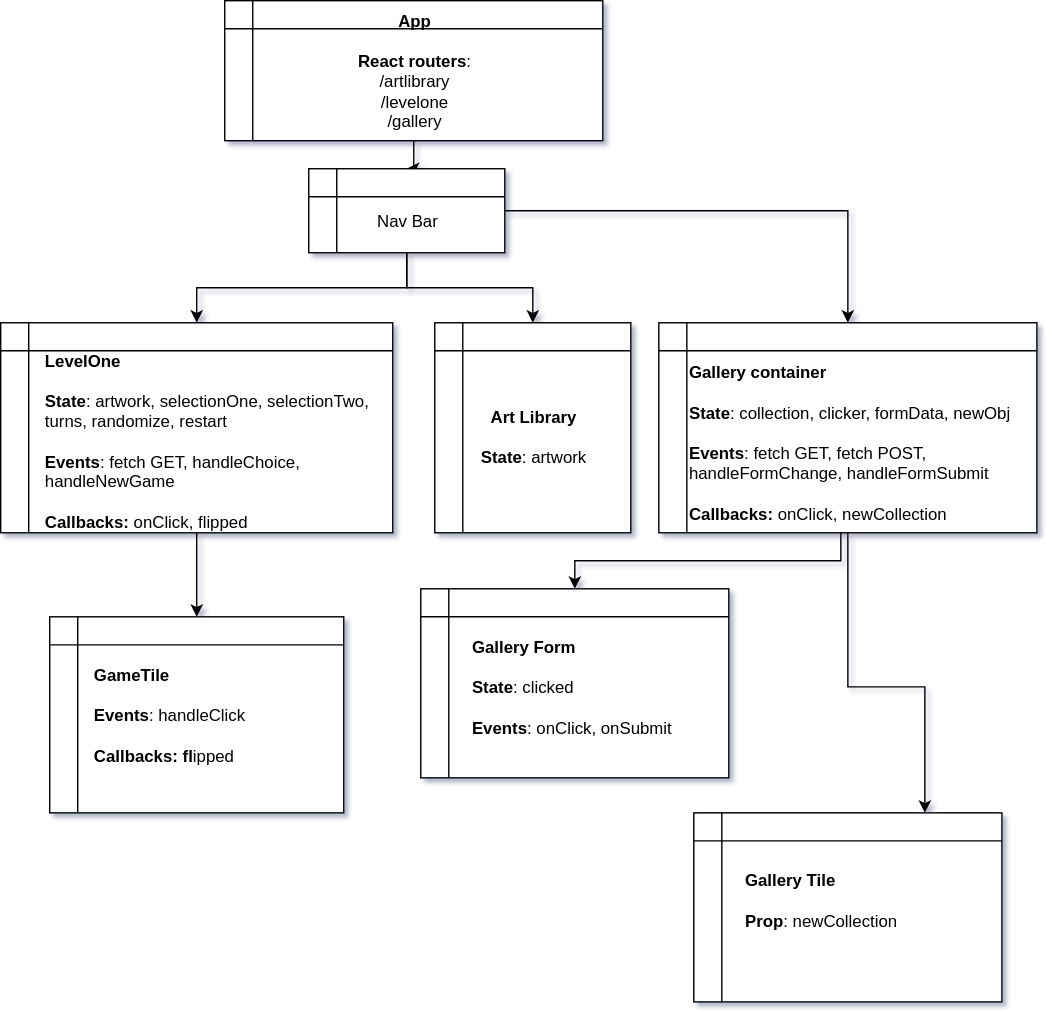
The draw.io diagram src/Component-tree.drawio.svg in MsDanaTeacher/Artwork-Memory-Game, before a commit. Source tidied: cells renumbered, new cells last; positions are measured from the earlier drawing's top-left corner, leaving out a move shared by most shapes.
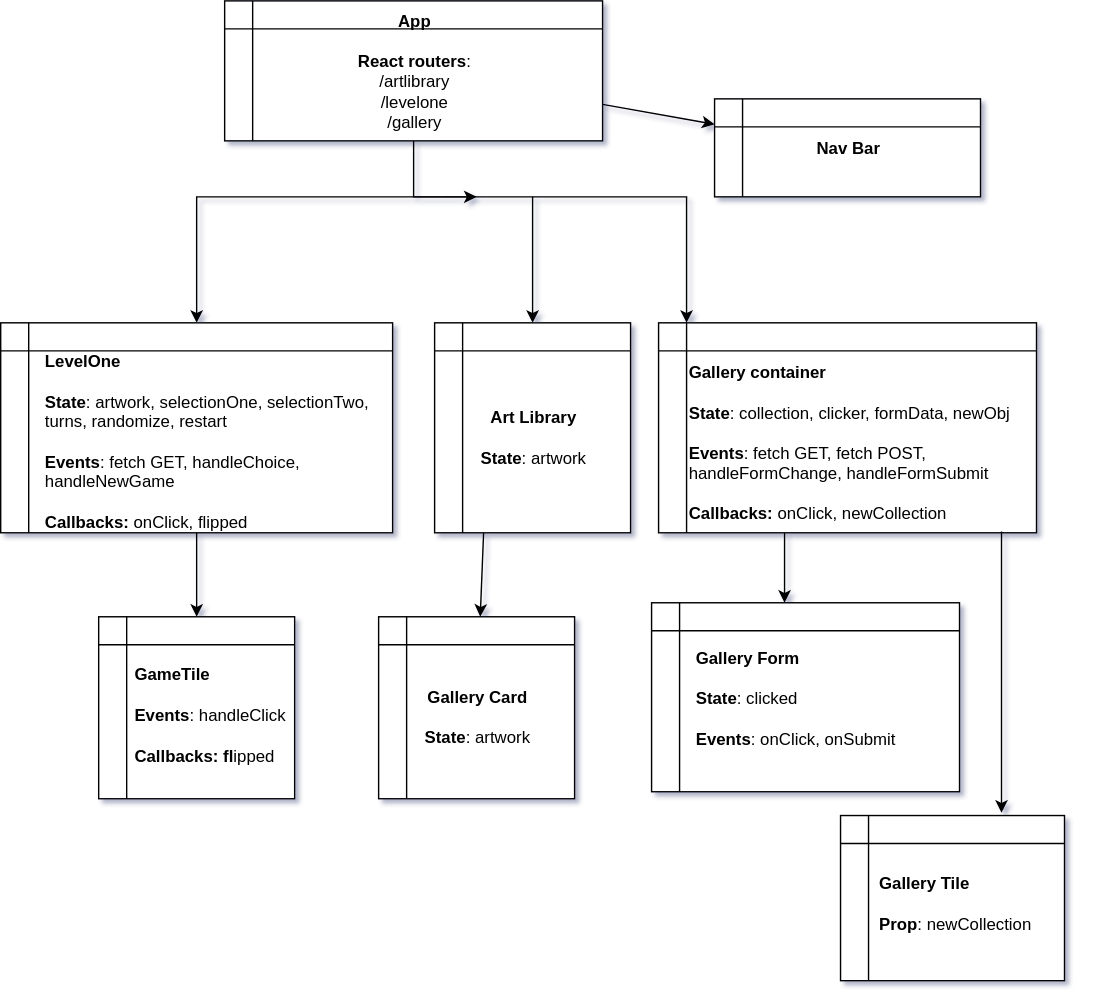
Above is the later version.

Commit message:
finalize diagram

Change to the diagram source:
```diff
@@ -2,29 +2,56 @@
   <root>
     <mxCell id="0" />
     <mxCell id="1" parent="0" />
-    <mxCell id="2" style="edgeStyle=orthogonalEdgeStyle;rounded=0;jettySize=auto;html=1;" parent="1" edge="1" source="3" target="7">
-      <mxGeometry relative="1" as="geometry" />
+    <mxCell id="2" style="edgeStyle=orthogonalEdgeStyle;rounded=0;jettySize=auto;html=1;" parent="1" edge="1" source="3">
+      <mxGeometry relative="1" as="geometry">
+        <mxPoint x="340" y="140" as="targetPoint" />
+        <Array as="points">
+          <mxPoint x="295" y="140" />
+          <mxPoint x="315" y="140" />
+        </Array>
+      </mxGeometry>
     </mxCell>
+    <mxCell id="22" style="edgeStyle=none;rounded=0;jettySize=auto;html=1;" parent="1" edge="1" source="3" target="7">
+      <mxGeometry relative="1" as="geometry" />
+    </mxCell>
     <mxCell id="3" value="&lt;b&gt;App&lt;/b&gt;&lt;br&gt;&lt;br&gt;&lt;b&gt;React routers&lt;/b&gt;:&lt;br&gt;/artlibrary&lt;br&gt;/levelone&lt;br&gt;/gallery" style="shape=internalStorage;whiteSpace=wrap;html=1;backgroundOutline=1;" parent="1" vertex="1">
       <mxGeometry x="160" width="270" height="100" as="geometry" />
     </mxCell>
+    <mxCell id="7" value="&lt;b&gt;Nav Bar&lt;/b&gt;" style="shape=internalStorage;whiteSpace=wrap;html=1;backgroundOutline=1;" parent="1" vertex="1">
+      <mxGeometry x="510" y="70" width="190" height="70" as="geometry" />
+    </mxCell>
-    <mxCell id="4" style="edgeStyle=orthogonalEdgeStyle;rounded=0;jettySize=auto;html=1;" parent="1" edge="1" source="7" target="14">
-      <mxGeometry relative="1" as="geometry" />
+    <mxCell id="4" style="edgeStyle=orthogonalEdgeStyle;rounded=0;jettySize=auto;html=1;" parent="1" edge="1" target="14">
+      <mxGeometry relative="1" as="geometry">
+        <mxPoint x="315" y="140" as="sourcePoint" />
+        <Array as="points">
+          <mxPoint x="315" y="140" />
+          <mxPoint x="140" y="140" />
+        </Array>
+      </mxGeometry>
     </mxCell>
-    <mxCell id="5" style="edgeStyle=orthogonalEdgeStyle;rounded=0;jettySize=auto;html=1;" parent="1" edge="1" source="7" target="12">
-      <mxGeometry relative="1" as="geometry" />
+    <mxCell id="5" style="edgeStyle=orthogonalEdgeStyle;rounded=0;jettySize=auto;html=1;" parent="1" edge="1" target="12">
+      <mxGeometry relative="1" as="geometry">
+        <mxPoint x="315" y="140" as="sourcePoint" />
+        <Array as="points">
+          <mxPoint x="315" y="140" />
+          <mxPoint x="380" y="140" />
+        </Array>
+      </mxGeometry>
     </mxCell>
-    <mxCell id="6" style="edgeStyle=orthogonalEdgeStyle;rounded=0;jettySize=auto;html=1;" parent="1" edge="1" source="7" target="9">
-      <mxGeometry relative="1" as="geometry" />
+    <mxCell id="6" style="edgeStyle=orthogonalEdgeStyle;rounded=0;jettySize=auto;html=1;" parent="1" edge="1" target="9">
+      <mxGeometry relative="1" as="geometry">
+        <mxPoint x="380" y="140" as="sourcePoint" />
+        <Array as="points">
+          <mxPoint x="490" y="140" />
+        </Array>
+      </mxGeometry>
     </mxCell>
-    <mxCell id="7" value="&lt;br&gt;Nav Bar&lt;br&gt;" style="shape=internalStorage;whiteSpace=wrap;html=1;backgroundOutline=1;" parent="1" vertex="1">
-      <mxGeometry x="220" y="120" width="140" height="60" as="geometry" />
-    </mxCell>
-    <mxCell id="8" style="edgeStyle=orthogonalEdgeStyle;rounded=0;jettySize=auto;html=1;" parent="1" edge="1" source="9" target="10">
+    <mxCell id="8" style="edgeStyle=orthogonalEdgeStyle;rounded=0;jettySize=auto;html=1;" parent="1" edge="1" source="9">
       <mxGeometry relative="1" as="geometry">
+        <mxPoint x="560" y="430" as="targetPoint" />
         <Array as="points">
-          <mxPoint x="600" y="400" />
-          <mxPoint x="410" y="400" />
+          <mxPoint x="560" y="390" />
+          <mxPoint x="560" y="390" />
         </Array>
       </mxGeometry>
     </mxCell>
@@ -32,14 +59,20 @@
       <mxGeometry x="470" y="230" width="270" height="150" as="geometry" />
     </mxCell>
     <mxCell id="10" value="&lt;br&gt;" style="shape=internalStorage;whiteSpace=wrap;html=1;backgroundOutline=1;" parent="1" vertex="1">
-      <mxGeometry x="300" y="420" width="220" height="135" as="geometry" />
+      <mxGeometry x="465" y="430" width="220" height="135" as="geometry" />
     </mxCell>
     <mxCell id="11" value="&lt;br&gt;" style="shape=internalStorage;whiteSpace=wrap;html=1;backgroundOutline=1;" parent="1" vertex="1">
-      <mxGeometry x="495" y="580" width="220" height="135" as="geometry" />
+      <mxGeometry x="600" y="582" width="160" height="118" as="geometry" />
     </mxCell>
+    <mxCell id="23" style="edgeStyle=none;rounded=0;jettySize=auto;html=1;exitX=0.25;exitY=1;exitDx=0;exitDy=0;" parent="1" edge="1" source="12" target="24">
+      <mxGeometry relative="1" as="geometry" />
+    </mxCell>
     <mxCell id="12" value="&lt;br&gt;&lt;b&gt;Art Library&lt;br&gt;&lt;/b&gt;&lt;br&gt;&lt;b&gt;State&lt;/b&gt;: artwork" style="shape=internalStorage;whiteSpace=wrap;html=1;backgroundOutline=1;" parent="1" vertex="1">
       <mxGeometry x="310" y="230" width="140" height="150" as="geometry" />
     </mxCell>
+    <mxCell id="24" value="&lt;br&gt;&lt;b&gt;Gallery Card&lt;br&gt;&lt;/b&gt;&lt;br&gt;&lt;b&gt;State&lt;/b&gt;: artwork" style="shape=internalStorage;whiteSpace=wrap;html=1;backgroundOutline=1;" parent="1" vertex="1">
+      <mxGeometry x="270" y="440" width="140" height="130" as="geometry" />
+    </mxCell>
     <mxCell id="13" style="edgeStyle=orthogonalEdgeStyle;rounded=0;jettySize=auto;html=1;" parent="1" edge="1" source="14" target="15">
       <mxGeometry relative="1" as="geometry" />
     </mxCell>
@@ -47,19 +80,21 @@
       <mxGeometry y="230" width="280" height="150" as="geometry" />
     </mxCell>
     <mxCell id="15" style="shape=internalStorage;whiteSpace=wrap;html=1;backgroundOutline=1;" parent="1" vertex="1">
-      <mxGeometry x="35" y="440" width="210" height="140" as="geometry" />
+      <mxGeometry x="70" y="440" width="140" height="130" as="geometry" />
     </mxCell>
     <mxCell id="16" value="&lt;b&gt;LevelOne&lt;br&gt;&lt;/b&gt;&lt;br&gt;&lt;b&gt;State&lt;/b&gt;: artwork, selectionOne, selectionTwo, turns, randomize, restart&amp;nbsp;&lt;br&gt;&lt;br&gt;&lt;b&gt;Events&lt;/b&gt;: fetch GET, handleChoice, handleNewGame&lt;br&gt;&lt;br&gt;&lt;b&gt;Callbacks: &lt;/b&gt;onClick, flipped" style="text;html=1;strokeColor=none;fillColor=none;align=left;verticalAlign=middle;rounded=0;whiteSpace=wrap;" parent="1" vertex="1">
       <mxGeometry x="30" y="275" width="240" height="80" as="geometry" />
     </mxCell>
     <mxCell id="17" value="&lt;b&gt;GameTile&lt;br&gt;&lt;/b&gt;&lt;br&gt;&lt;b&gt;Events&lt;/b&gt;: handleClick&lt;br&gt;&lt;br&gt;&lt;b&gt;Callbacks: fl&lt;/b&gt;ipped" style="text;html=1;strokeColor=none;fillColor=none;align=left;verticalAlign=middle;rounded=0;whiteSpace=wrap;" parent="1" vertex="1">
-      <mxGeometry x="65" y="470" width="150" height="80" as="geometry" />
+      <mxGeometry x="94" y="470" width="150" height="80" as="geometry" />
     </mxCell>
-    <mxCell id="18" style="edgeStyle=orthogonalEdgeStyle;rounded=0;jettySize=auto;html=1;entryX=0.75;entryY=0;entryDx=0;entryDy=0;exitX=0.5;exitY=1;exitDx=0;exitDy=0;" parent="1" edge="1" source="9" target="11">
+    <mxCell id="18" style="edgeStyle=orthogonalEdgeStyle;rounded=0;orthogonalLoop=1;jettySize=auto;html=1;exitX=0.848;exitY=0.993;exitDx=0;exitDy=0;exitPerimeter=0;" parent="1" edge="1">
       <mxGeometry relative="1" as="geometry">
+        <mxPoint x="715" y="379" as="sourcePoint" />
+        <mxPoint x="715" y="580" as="targetPoint" />
         <Array as="points">
-          <mxPoint x="605" y="490" />
-          <mxPoint x="660" y="490" />
+          <mxPoint x="715" y="510" />
+          <mxPoint x="715" y="510" />
         </Array>
       </mxGeometry>
     </mxCell>
@@ -67,10 +102,10 @@
       <mxGeometry x="490" y="275" width="240" height="80" as="geometry" />
     </mxCell>
     <mxCell id="20" value="&lt;b&gt;Gallery Form&lt;br&gt;&lt;/b&gt;&lt;br&gt;&lt;b&gt;State&lt;/b&gt;: clicked&lt;br&gt;&lt;br&gt;&lt;b&gt;Events&lt;/b&gt;: onClick, onSubmit&lt;br&gt;" style="text;html=1;strokeColor=none;fillColor=none;align=left;verticalAlign=middle;rounded=0;whiteSpace=wrap;" parent="1" vertex="1">
-      <mxGeometry x="335" y="450" width="150" height="80" as="geometry" />
+      <mxGeometry x="495" y="457.5" width="150" height="80" as="geometry" />
     </mxCell>
     <mxCell id="21" value="&lt;b&gt;Gallery Tile&lt;br&gt;&lt;/b&gt;&lt;br&gt;&lt;b&gt;Prop&lt;/b&gt;: newCollection&lt;br&gt;&lt;br&gt;" style="text;html=1;strokeColor=none;fillColor=none;align=left;verticalAlign=middle;rounded=0;whiteSpace=wrap;" parent="1" vertex="1">
-      <mxGeometry x="530" y="610" width="150" height="80" as="geometry" />
+      <mxGeometry x="626" y="612" width="150" height="80" as="geometry" />
     </mxCell>
   </root>
 </mxGraphModel>
```
